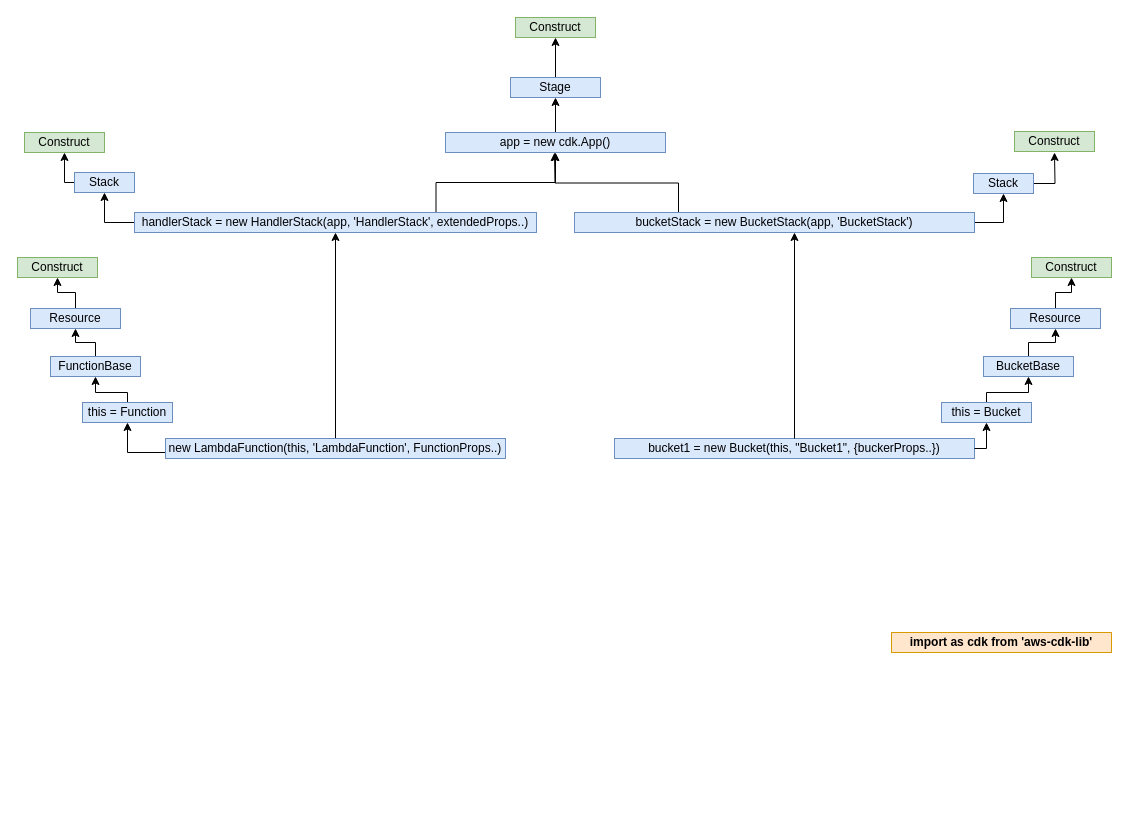
Above: Devops-IaC-AWS_CDK_Tree_Node.drawio in Adam-Lechnos/diagrams-charts (draw.io), before the change. Source tidied: cells renumbered, new cells numbered last; positions are measured from the earlier drawing's top-left corner, leaving out a move shared by most shapes. Both pictures are drawn from the tidied source at 100%, with x=0, y=0 at pixel (17, 17).
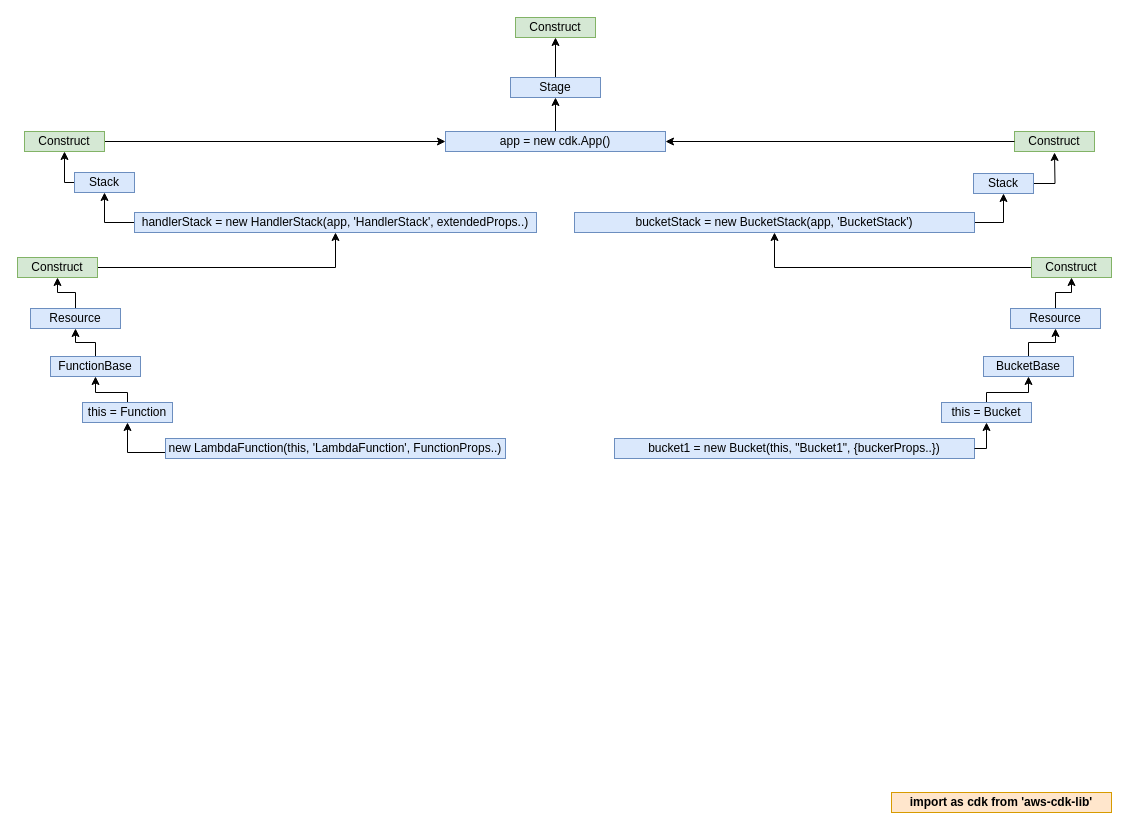
The same diagram, later.

Unchanged cells that the change refers to:
```xml
<mxCell id="2" value="bucket1 = new Bucket(this, &quot;Bucket1&quot;, {buckerProps..})" style="rounded=0;whiteSpace=wrap;html=1;flipV=1;flipH=1;fillColor=#dae8fc;strokeColor=#6c8ebf;fontStyle=0;" parent="1" vertex="1">
  <mxGeometry x="597" y="421" width="360" height="20" as="geometry" />
</mxCell>
<mxCell id="8" value="bucketStack = new BucketStack(app, 'BucketStack')" style="rounded=0;whiteSpace=wrap;html=1;flipV=1;flipH=1;fillColor=#dae8fc;strokeColor=#6c8ebf;fontStyle=0;" parent="1" vertex="1">
  <mxGeometry x="557" y="195" width="400" height="20" as="geometry" />
</mxCell>
<mxCell id="11" value="handlerStack = new HandlerStack(app, 'HandlerStack', extendedProps..)" style="rounded=0;whiteSpace=wrap;html=1;flipV=1;flipH=1;fillColor=#dae8fc;strokeColor=#6c8ebf;fontStyle=0;" parent="1" vertex="1">
  <mxGeometry x="117" y="195" width="402" height="20" as="geometry" />
</mxCell>
<mxCell id="14" value="new LambdaFunction(this, 'LambdaFunction', FunctionProps..)" style="rounded=0;whiteSpace=wrap;html=1;flipV=1;flipH=1;fillColor=#dae8fc;strokeColor=#6c8ebf;fontStyle=0;" parent="1" vertex="1">
  <mxGeometry x="148" y="421" width="340" height="20" as="geometry" />
</mxCell>
<mxCell id="28" value="Construct" style="rounded=0;whiteSpace=wrap;html=1;flipV=1;flipH=1;fillColor=#d5e8d4;strokeColor=#82b366;fontStyle=0;" parent="1" vertex="1">
  <mxGeometry y="240" width="80" height="20" as="geometry" />
</mxCell>
<mxCell id="30" value="Construct" style="rounded=0;whiteSpace=wrap;html=1;flipV=1;flipH=1;fillColor=#d5e8d4;strokeColor=#82b366;fontStyle=0;" parent="1" vertex="1">
  <mxGeometry x="997" y="114" width="80" height="20" as="geometry" />
</mxCell>
<mxCell id="37" value="Construct" style="rounded=0;whiteSpace=wrap;html=1;flipV=1;flipH=1;fillColor=#d5e8d4;strokeColor=#82b366;fontStyle=0;" parent="1" vertex="1">
  <mxGeometry x="1014" y="240" width="80" height="20" as="geometry" />
</mxCell>
```

What changed in the source:
```diff
@@
     <mxCell id="3" value="import as cdk from 'aws-cdk-lib'" style="rounded=0;whiteSpace=wrap;html=1;flipV=1;flipH=1;fillColor=#ffe6cc;strokeColor=#d79b00;fontStyle=1;" parent="1" vertex="1">
-      <mxGeometry x="874" y="615" width="220" height="20" as="geometry" />
+      <mxGeometry x="874" y="775" width="220" height="20" as="geometry" />
     </mxCell>
@@
     <mxCell id="5" value="app = new cdk.App()" style="rounded=0;whiteSpace=wrap;html=1;flipV=1;flipH=1;fillColor=#dae8fc;strokeColor=#6c8ebf;fontStyle=0;" parent="1" vertex="1">
-      <mxGeometry x="428" y="115" width="220" height="20" as="geometry" />
+      <mxGeometry x="428" y="114" width="220" height="20" as="geometry" />
     </mxCell>
@@
-    <mxCell id="7" style="edgeStyle=orthogonalEdgeStyle;rounded=0;jettySize=auto;html=1;exitX=0.74;exitY=0.967;exitDx=0;exitDy=0;exitPerimeter=0;" parent="1" edge="1" source="8">
-      <mxGeometry relative="1" as="geometry">
-        <mxPoint x="537" y="135" as="targetPoint" />
-      </mxGeometry>
-    </mxCell>
@@
-    <mxCell id="10" style="edgeStyle=orthogonalEdgeStyle;rounded=0;jettySize=auto;html=1;entryX=0.5;entryY=1;entryDx=0;entryDy=0;exitX=0.75;exitY=0;exitDx=0;exitDy=0;" parent="1" edge="1" source="11" target="5">
-      <mxGeometry relative="1" as="geometry" />
-    </mxCell>
@@
-    <mxCell id="13" style="edgeStyle=orthogonalEdgeStyle;rounded=0;jettySize=auto;html=1;entryX=0.5;entryY=1;entryDx=0;entryDy=0;" parent="1" edge="1" source="14" target="11">
-      <mxGeometry relative="1" as="geometry" />
-    </mxCell>
@@
+    <mxCell id="40" style="edgeStyle=orthogonalEdgeStyle;rounded=0;jettySize=auto;html=1;entryX=0.5;entryY=1;entryDx=0;entryDy=0;" parent="1" edge="1" source="28" target="11">
+      <mxGeometry relative="1" as="geometry" />
+    </mxCell>
@@
+    <mxCell id="41" style="edgeStyle=orthogonalEdgeStyle;rounded=0;jettySize=auto;html=1;entryX=0;entryY=0.5;entryDx=0;entryDy=0;" parent="1" edge="1" source="29" target="5">
+      <mxGeometry relative="1" as="geometry" />
+    </mxCell>
     <mxCell id="29" value="Construct" style="rounded=0;whiteSpace=wrap;html=1;flipV=1;flipH=1;fillColor=#d5e8d4;strokeColor=#82b366;fontStyle=0;" parent="1" vertex="1">
-      <mxGeometry x="7" y="115" width="80" height="20" as="geometry" />
+      <mxGeometry x="7" y="114" width="80" height="20" as="geometry" />
     </mxCell>
@@
+    <mxCell id="42" style="edgeStyle=orthogonalEdgeStyle;rounded=0;jettySize=auto;html=1;entryX=0.5;entryY=1;entryDx=0;entryDy=0;" parent="1" edge="1" source="37" target="8">
+      <mxGeometry relative="1" as="geometry" />
+    </mxCell>
@@
-    <mxCell id="39" style="edgeStyle=orthogonalEdgeStyle;rounded=0;jettySize=auto;html=1;entryX=0.45;entryY=0;entryDx=0;entryDy=0;entryPerimeter=0;" parent="1" edge="1" source="2" target="8">
-      <mxGeometry relative="1" as="geometry" />
-    </mxCell>
+    <mxCell id="43" style="edgeStyle=orthogonalEdgeStyle;rounded=0;jettySize=auto;html=1;" parent="1" edge="1" source="30" target="5">
+      <mxGeometry relative="1" as="geometry" />
+    </mxCell>
```
